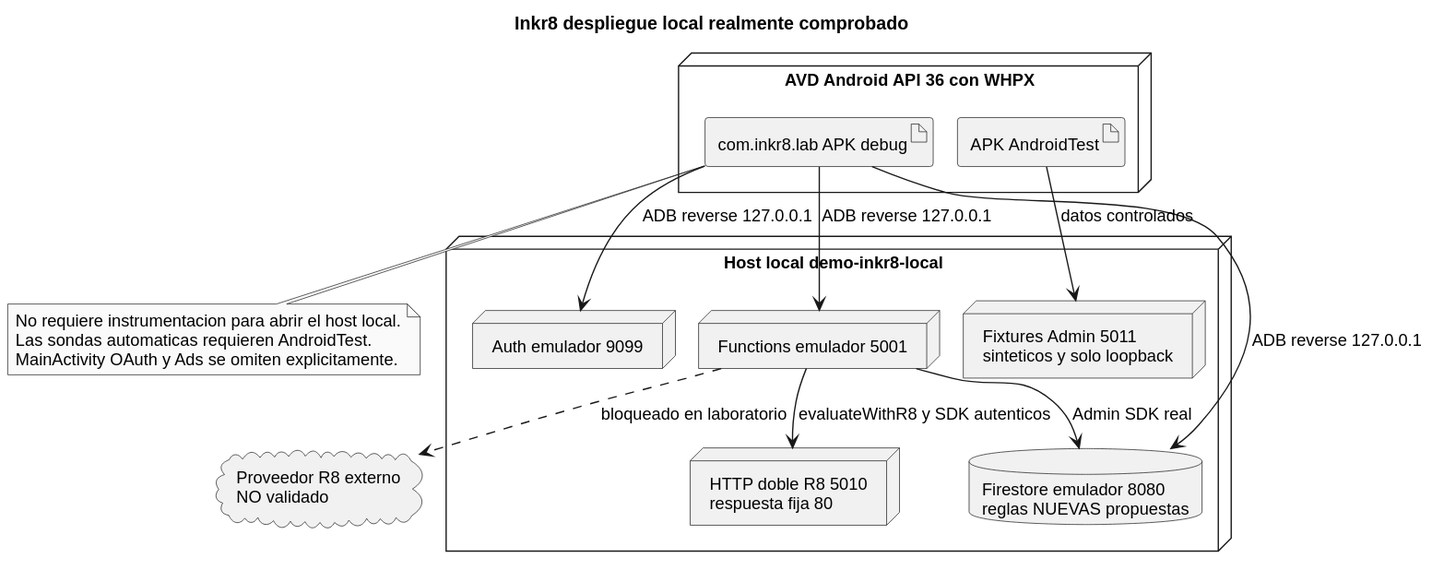
The PlantUML diagram delivery/uml/deployment.svg in Rnz5/Inkr8-ISW2, before a commit. Source of this version:
```plantuml
@startuml
!pragma layout smetana
skinparam monochrome true
skinparam shadowing false
skinparam defaultFontName Arial
skinparam defaultFontSize 13
title Inkr8 despliegue local realmente comprobado
node "AVD Android API 36 con WHPX" as AVD {
 artifact "com.inkr8.lab APK debug" as APK
 artifact "APK AndroidTest" as TEST
}
node "Host local demo-inkr8-local" as Host {
 node "Auth emulador 9099" as Auth
 database "Firestore emulador 8080\nreglas NUEVAS propuestas" as FS
 node "Functions emulador 5001" as FN
 node "HTTP doble R8 5010\nrespuesta fija 80" as Mock
 node "Fixtures Admin 5011\nsinteticos y solo loopback" as Fixture
}
cloud "Proveedor R8 externo\nNO validado" as External
APK --> Auth : ADB reverse 127.0.0.1
APK --> FS : ADB reverse 127.0.0.1
APK --> FN : ADB reverse 127.0.0.1
TEST --> Fixture : datos controlados
FN --> FS : Admin SDK real
FN --> Mock : evaluateWithR8 y SDK autenticos
FN ..> External : bloqueado en laboratorio
note bottom of APK
 No requiere instrumentacion para abrir el host local.
 Las sondas automaticas requieren AndroidTest.
 MainActivity OAuth y Ads se omiten explicitamente.
end note
@enduml
```
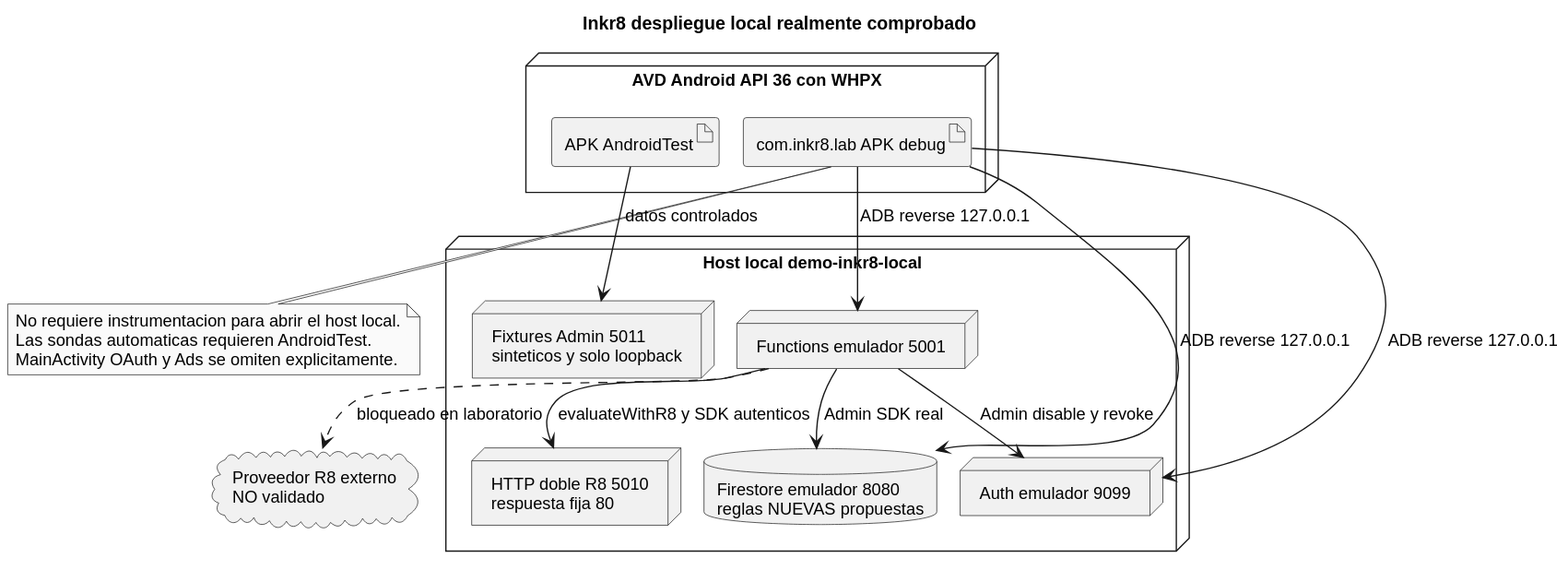
After the change.

Change to the diagram source:
```diff
@@ -22,6 +22,7 @@
 APK --> FN : ADB reverse 127.0.0.1
 TEST --> Fixture : datos controlados
 FN --> FS : Admin SDK real
+FN --> Auth : Admin disable y revoke
 FN --> Mock : evaluateWithR8 y SDK autenticos
 FN ..> External : bloqueado en laboratorio
 note bottom of APK
```
